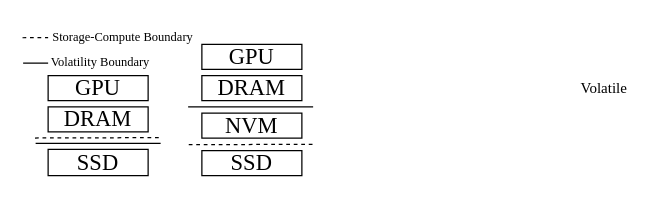
Earlier version of the draw.io diagram fig/motivation_archi.drawio (icszhr/NCheck). Source tidied: cells renumbered, new cells numbered last; positions are measured from the earlier drawing's top-left corner, leaving out a move shared by most shapes. Both pictures are drawn from the tidied source at 125%, with x=0, y=0 at pixel (22, 24).
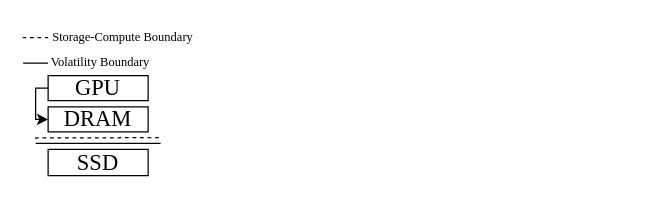
The same diagram, later.

Unchanged cells that the change refers to:
```xml
<mxCell id="2" value="&lt;font style=&quot;font-size: 18px;&quot; face=&quot;Times New Roman&quot;&gt;GPU&lt;/font&gt;" style="rounded=0;whiteSpace=wrap;html=1;" parent="1" vertex="1">
  <mxGeometry x="20" y="41" width="80" height="20" as="geometry" />
</mxCell>
<mxCell id="3" value="&lt;font face=&quot;Times New Roman&quot; style=&quot;font-size: 18px;&quot;&gt;DRAM&lt;/font&gt;" style="rounded=0;whiteSpace=wrap;html=1;strokeColor=default;align=center;verticalAlign=middle;fontFamily=Helvetica;fontSize=12;fontColor=default;fillColor=default;" parent="1" vertex="1">
  <mxGeometry x="20" y="66" width="80" height="20" as="geometry" />
</mxCell>
```

The edit, as a diff of the source:
```diff
@@
+    <mxCell id="18" style="edgeStyle=orthogonalEdgeStyle;rounded=0;jettySize=auto;html=1;entryX=0;entryY=0.5;entryDx=0;entryDy=0;exitX=0;exitY=0.5;exitDx=0;exitDy=0;" parent="1" edge="1" source="2" target="3">
+      <mxGeometry relative="1" as="geometry">
+        <Array as="points">
+          <mxPoint x="10" y="51" />
+          <mxPoint x="10" y="76" />
+        </Array>
+      </mxGeometry>
+    </mxCell>
@@
-    <mxCell id="6" value="&lt;font style=&quot;font-size: 18px;&quot; face=&quot;Times New Roman&quot;&gt;GPU&lt;/font&gt;" style="rounded=0;whiteSpace=wrap;html=1;" parent="1" vertex="1">
-      <mxGeometry x="143" y="16" width="80" height="20" as="geometry" />
-    </mxCell>
-    <mxCell id="7" value="&lt;font face=&quot;Times New Roman&quot; style=&quot;font-size: 18px;&quot;&gt;DRAM&lt;/font&gt;" style="rounded=0;whiteSpace=wrap;html=1;strokeColor=default;align=center;verticalAlign=middle;fontFamily=Helvetica;fontSize=12;fontColor=default;fillColor=default;" parent="1" vertex="1">
-      <mxGeometry x="143" y="41" width="80" height="20" as="geometry" />
-    </mxCell>
-    <mxCell id="8" value="&lt;font style=&quot;font-size: 18px;&quot; face=&quot;Times New Roman&quot;&gt;SSD&lt;/font&gt;" style="rounded=0;whiteSpace=wrap;html=1;" parent="1" vertex="1">
-      <mxGeometry x="143" y="101" width="80" height="20" as="geometry" />
-    </mxCell>
-    <mxCell id="9" value="&lt;div&gt;&lt;font face=&quot;Times New Roman&quot;&gt;Volatile&lt;/font&gt;&lt;/div&gt;" style="text;html=1;align=center;verticalAlign=middle;whiteSpace=wrap;rounded=0;" parent="1" vertex="1">
-      <mxGeometry x="440" y="41" width="50" height="20" as="geometry" />
-    </mxCell>
-    <mxCell id="10" style="endArrow=none;html=1;rounded=0;dashed=1;" parent="1" edge="1">
-      <mxGeometry relative="1" as="geometry">
-        <mxPoint x="132.5" y="96.2" as="sourcePoint" />
-        <mxPoint x="233.5" y="96" as="targetPoint" />
-      </mxGeometry>
-    </mxCell>
-    <mxCell id="11" value="&lt;font style=&quot;font-size: 18px;&quot; face=&quot;Times New Roman&quot;&gt;NVM&lt;/font&gt;" style="rounded=0;whiteSpace=wrap;html=1;" parent="1" vertex="1">
-      <mxGeometry x="143" y="71" width="80" height="20" as="geometry" />
-    </mxCell>
-    <mxCell id="12" style="endArrow=none;html=1;rounded=0;" parent="1" edge="1">
-      <mxGeometry relative="1" as="geometry">
-        <mxPoint x="132" y="66" as="sourcePoint" />
-        <mxPoint x="232" y="66" as="targetPoint" />
-      </mxGeometry>
-    </mxCell>
```
